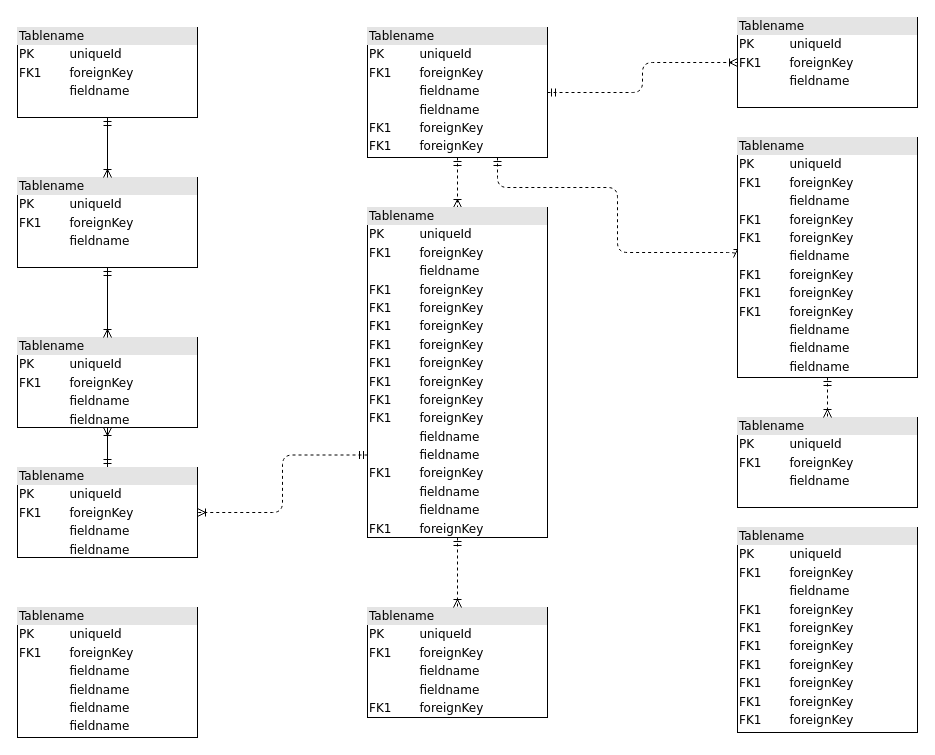
Before: src/Untitled Diagram.drawio in mlimber64/Project-bootcamp, a draw.io diagram. Source tidied: cells renumbered, new cells numbered last; positions are measured from the earlier drawing's top-left corner, leaving out a move shared by most shapes. Both pictures are drawn from the tidied source at 100%, with x=0, y=0 at pixel (17, 17).
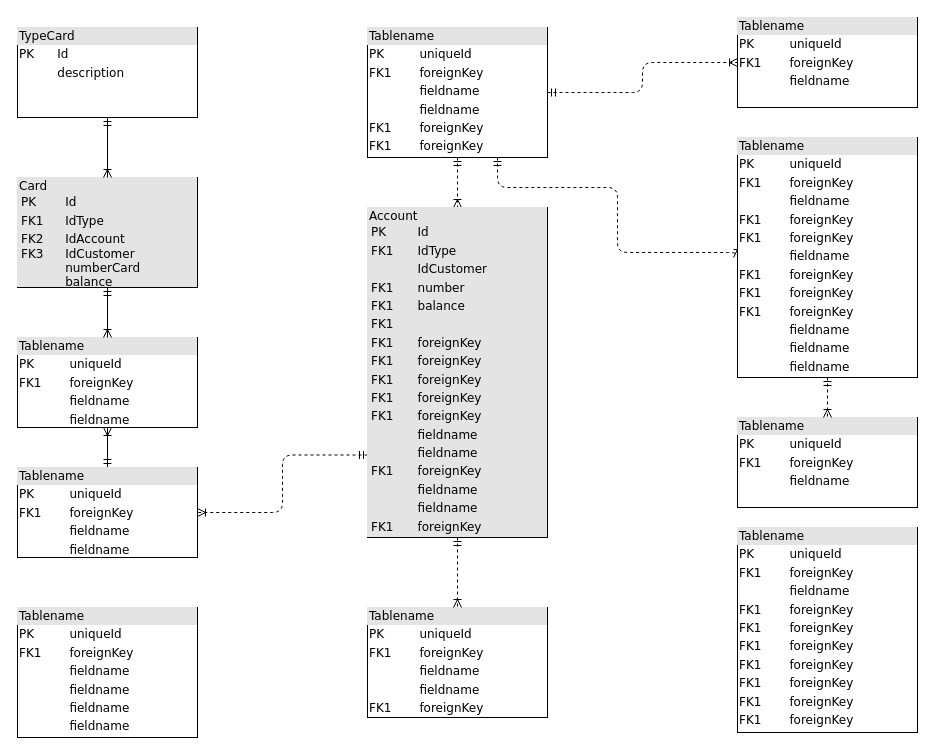
After the change.

The edit, as a diff of the source:
```diff
@@
-    <mxCell id="2" value="&lt;div style=&quot;box-sizing:border-box;width:100%;background:#e4e4e4;padding:2px;&quot;&gt;Tablename&lt;/div&gt;&lt;table style=&quot;width:100%;font-size:1em;&quot; cellpadding=&quot;2&quot; cellspacing=&quot;0&quot;&gt;&lt;tr&gt;&lt;td&gt;PK&lt;/td&gt;&lt;td&gt;uniqueId&lt;/td&gt;&lt;/tr&gt;&lt;tr&gt;&lt;td&gt;FK1&lt;/td&gt;&lt;td&gt;foreignKey&lt;/td&gt;&lt;/tr&gt;&lt;tr&gt;&lt;td&gt;&lt;/td&gt;&lt;td&gt;fieldname&lt;/td&gt;&lt;/tr&gt;&lt;/table&gt;" style="verticalAlign=top;align=left;overflow=fill;html=1;rounded=0;shadow=0;comic=0;labelBackgroundColor=none;strokeWidth=1;fontFamily=Verdana;fontSize=12;" parent="1" vertex="1">
+    <mxCell id="2" value="&lt;div style=&quot;box-sizing: border-box ; width: 100% ; background: #e4e4e4 ; padding: 2px&quot;&gt;TypeCard&lt;/div&gt;&lt;table style=&quot;width: 100% ; font-size: 1em&quot; cellpadding=&quot;2&quot; cellspacing=&quot;0&quot;&gt;&lt;tbody&gt;&lt;tr&gt;&lt;td&gt;PK&lt;/td&gt;&lt;td&gt;Id&lt;/td&gt;&lt;/tr&gt;&lt;tr&gt;&lt;td&gt;&lt;br&gt;&lt;/td&gt;&lt;td&gt;description&lt;/td&gt;&lt;/tr&gt;&lt;tr&gt;&lt;td&gt;&lt;/td&gt;&lt;td&gt;&lt;br&gt;&lt;/td&gt;&lt;/tr&gt;&lt;/tbody&gt;&lt;/table&gt;" style="verticalAlign=top;align=left;overflow=fill;html=1;rounded=0;shadow=0;comic=0;labelBackgroundColor=none;strokeWidth=1;fontFamily=Verdana;fontSize=12;" parent="1" vertex="1">
       <mxGeometry y="10" width="180" height="90" as="geometry" />
     </mxCell>
@@
-    <mxCell id="12" value="&lt;div style=&quot;box-sizing:border-box;width:100%;background:#e4e4e4;padding:2px;&quot;&gt;Tablename&lt;/div&gt;&lt;table style=&quot;width:100%;font-size:1em;&quot; cellpadding=&quot;2&quot; cellspacing=&quot;0&quot;&gt;&lt;tr&gt;&lt;td&gt;PK&lt;/td&gt;&lt;td&gt;uniqueId&lt;/td&gt;&lt;/tr&gt;&lt;tr&gt;&lt;td&gt;FK1&lt;/td&gt;&lt;td&gt;foreignKey&lt;/td&gt;&lt;/tr&gt;&lt;tr&gt;&lt;td&gt;&lt;/td&gt;&lt;td&gt;fieldname&lt;/td&gt;&lt;/tr&gt;&lt;/table&gt;" style="verticalAlign=top;align=left;overflow=fill;html=1;rounded=0;shadow=0;comic=0;labelBackgroundColor=none;strokeWidth=1;fontFamily=Verdana;fontSize=12;" parent="1" vertex="1">
-      <mxGeometry y="160" width="180" height="90" as="geometry" />
+    <mxCell id="12" value="&lt;div style=&quot;box-sizing: border-box ; width: 100% ; background: #e4e4e4 ; padding: 2px&quot;&gt;Card&lt;table cellpadding=&quot;2&quot; cellspacing=&quot;0&quot; style=&quot;font-size: 1em ; width: 100%&quot;&gt;&lt;tbody&gt;&lt;tr&gt;&lt;td&gt;PK&lt;/td&gt;&lt;td&gt;Id&lt;/td&gt;&lt;/tr&gt;&lt;tr&gt;&lt;td&gt;FK1&lt;/td&gt;&lt;td&gt;IdType&lt;/td&gt;&lt;/tr&gt;&lt;tr&gt;&lt;td&gt;FK2&lt;br&gt;FK3&lt;br&gt;&lt;br&gt;&lt;br&gt;&lt;/td&gt;&lt;td&gt;IdAccount&lt;br&gt;IdCustomer&lt;br&gt;numberCard&lt;br&gt;balance&lt;/td&gt;&lt;/tr&gt;&lt;/tbody&gt;&lt;/table&gt;&lt;/div&gt;" style="verticalAlign=top;align=left;overflow=fill;html=1;rounded=0;shadow=0;comic=0;labelBackgroundColor=none;strokeWidth=1;fontFamily=Verdana;fontSize=12;" parent="1" vertex="1">
+      <mxGeometry y="160" width="180" height="110" as="geometry" />
     </mxCell>
@@
-    <mxCell id="16" value="&lt;div style=&quot;box-sizing: border-box ; width: 100% ; background: #e4e4e4 ; padding: 2px&quot;&gt;Tablename&lt;/div&gt;&lt;table style=&quot;width: 100% ; font-size: 1em&quot; cellpadding=&quot;2&quot; cellspacing=&quot;0&quot;&gt;&lt;tbody&gt;&lt;tr&gt;&lt;td&gt;PK&lt;/td&gt;&lt;td&gt;uniqueId&lt;/td&gt;&lt;/tr&gt;&lt;tr&gt;&lt;td&gt;FK1&lt;/td&gt;&lt;td&gt;foreignKey&lt;/td&gt;&lt;/tr&gt;&lt;tr&gt;&lt;td&gt;&lt;/td&gt;&lt;td&gt;fieldname&lt;/td&gt;&lt;/tr&gt;&lt;tr&gt;&lt;td&gt;FK1&lt;br&gt;&lt;/td&gt;&lt;td&gt;foreignKey&lt;br&gt;&lt;/td&gt;&lt;/tr&gt;&lt;tr&gt;&lt;td&gt;FK1&lt;br&gt;&lt;/td&gt;&lt;td&gt;foreignKey&lt;br&gt;&lt;/td&gt;&lt;/tr&gt;&lt;tr&gt;&lt;td&gt;FK1&lt;br&gt;&lt;/td&gt;&lt;td&gt;foreignKey&lt;br&gt;&lt;/td&gt;&lt;/tr&gt;&lt;tr&gt;&lt;td&gt;FK1&lt;br&gt;&lt;/td&gt;&lt;td&gt;foreignKey&lt;br&gt;&lt;/td&gt;&lt;/tr&gt;&lt;tr&gt;&lt;td&gt;FK1&lt;br&gt;&lt;/td&gt;&lt;td&gt;foreignKey&lt;br&gt;&lt;/td&gt;&lt;/tr&gt;&lt;tr&gt;&lt;td&gt;FK1&lt;br&gt;&lt;/td&gt;&lt;td&gt;foreignKey&lt;br&gt;&lt;/td&gt;&lt;/tr&gt;&lt;tr&gt;&lt;td&gt;FK1&lt;br&gt;&lt;/td&gt;&lt;td&gt;foreignKey&lt;br&gt;&lt;/td&gt;&lt;/tr&gt;&lt;tr&gt;&lt;td&gt;FK1&lt;br&gt;&lt;/td&gt;&lt;td&gt;foreignKey&lt;br&gt;&lt;/td&gt;&lt;/tr&gt;&lt;tr&gt;&lt;td&gt;&lt;br&gt;&lt;/td&gt;&lt;td&gt;fieldname&lt;br&gt;&lt;/td&gt;&lt;/tr&gt;&lt;tr&gt;&lt;td&gt;&lt;br&gt;&lt;/td&gt;&lt;td&gt;fieldname&lt;br&gt;&lt;/td&gt;&lt;/tr&gt;&lt;tr&gt;&lt;td&gt;FK1&lt;br&gt;&lt;/td&gt;&lt;td&gt;foreignKey&lt;br&gt;&lt;/td&gt;&lt;/tr&gt;&lt;tr&gt;&lt;td&gt;&lt;br&gt;&lt;/td&gt;&lt;td&gt;fieldname&lt;br&gt;&lt;/td&gt;&lt;/tr&gt;&lt;tr&gt;&lt;td&gt;&lt;br&gt;&lt;/td&gt;&lt;td&gt;fieldname&lt;br&gt;&lt;/td&gt;&lt;/tr&gt;&lt;tr&gt;&lt;td&gt;FK1&lt;br&gt;&lt;/td&gt;&lt;td&gt;foreignKey&lt;br&gt;&lt;/td&gt;&lt;/tr&gt;&lt;/tbody&gt;&lt;/table&gt;" style="verticalAlign=top;align=left;overflow=fill;html=1;rounded=0;shadow=0;comic=0;labelBackgroundColor=none;strokeWidth=1;fontFamily=Verdana;fontSize=12;" parent="1" vertex="1">
+    <mxCell id="16" value="&lt;div style=&quot;box-sizing: border-box ; width: 100% ; background: #e4e4e4 ; padding: 2px&quot;&gt;Account&lt;table cellpadding=&quot;2&quot; cellspacing=&quot;0&quot; style=&quot;font-size: 1em ; width: 100%&quot;&gt;&lt;tbody&gt;&lt;tr&gt;&lt;td&gt;PK&lt;/td&gt;&lt;td&gt;Id&lt;/td&gt;&lt;/tr&gt;&lt;tr&gt;&lt;td&gt;FK1&lt;/td&gt;&lt;td&gt;IdType&lt;/td&gt;&lt;/tr&gt;&lt;tr&gt;&lt;td&gt;&lt;/td&gt;&lt;td&gt;IdCustomer&lt;/td&gt;&lt;/tr&gt;&lt;tr&gt;&lt;td&gt;FK1&lt;br&gt;&lt;/td&gt;&lt;td&gt;number&lt;/td&gt;&lt;/tr&gt;&lt;tr&gt;&lt;td&gt;FK1&lt;br&gt;&lt;/td&gt;&lt;td&gt;balance&lt;/td&gt;&lt;/tr&gt;&lt;tr&gt;&lt;td&gt;FK1&lt;br&gt;&lt;/td&gt;&lt;td&gt;&lt;br&gt;&lt;/td&gt;&lt;/tr&gt;&lt;tr&gt;&lt;td&gt;FK1&lt;br&gt;&lt;/td&gt;&lt;td&gt;foreignKey&lt;br&gt;&lt;/td&gt;&lt;/tr&gt;&lt;tr&gt;&lt;td&gt;FK1&lt;br&gt;&lt;/td&gt;&lt;td&gt;foreignKey&lt;br&gt;&lt;/td&gt;&lt;/tr&gt;&lt;tr&gt;&lt;td&gt;FK1&lt;br&gt;&lt;/td&gt;&lt;td&gt;foreignKey&lt;br&gt;&lt;/td&gt;&lt;/tr&gt;&lt;tr&gt;&lt;td&gt;FK1&lt;br&gt;&lt;/td&gt;&lt;td&gt;foreignKey&lt;br&gt;&lt;/td&gt;&lt;/tr&gt;&lt;tr&gt;&lt;td&gt;FK1&lt;br&gt;&lt;/td&gt;&lt;td&gt;foreignKey&lt;br&gt;&lt;/td&gt;&lt;/tr&gt;&lt;tr&gt;&lt;td&gt;&lt;br&gt;&lt;/td&gt;&lt;td&gt;fieldname&lt;br&gt;&lt;/td&gt;&lt;/tr&gt;&lt;tr&gt;&lt;td&gt;&lt;br&gt;&lt;/td&gt;&lt;td&gt;fieldname&lt;br&gt;&lt;/td&gt;&lt;/tr&gt;&lt;tr&gt;&lt;td&gt;FK1&lt;br&gt;&lt;/td&gt;&lt;td&gt;foreignKey&lt;br&gt;&lt;/td&gt;&lt;/tr&gt;&lt;tr&gt;&lt;td&gt;&lt;br&gt;&lt;/td&gt;&lt;td&gt;fieldname&lt;br&gt;&lt;/td&gt;&lt;/tr&gt;&lt;tr&gt;&lt;td&gt;&lt;br&gt;&lt;/td&gt;&lt;td&gt;fieldname&lt;br&gt;&lt;/td&gt;&lt;/tr&gt;&lt;tr&gt;&lt;td&gt;FK1&lt;br&gt;&lt;/td&gt;&lt;td&gt;foreignKey&lt;br&gt;&lt;/td&gt;&lt;/tr&gt;&lt;/tbody&gt;&lt;/table&gt;&lt;/div&gt;" style="verticalAlign=top;align=left;overflow=fill;html=1;rounded=0;shadow=0;comic=0;labelBackgroundColor=none;strokeWidth=1;fontFamily=Verdana;fontSize=12;" parent="1" vertex="1">
       <mxGeometry x="350" y="190" width="180" height="330" as="geometry" />
     </mxCell>
```
